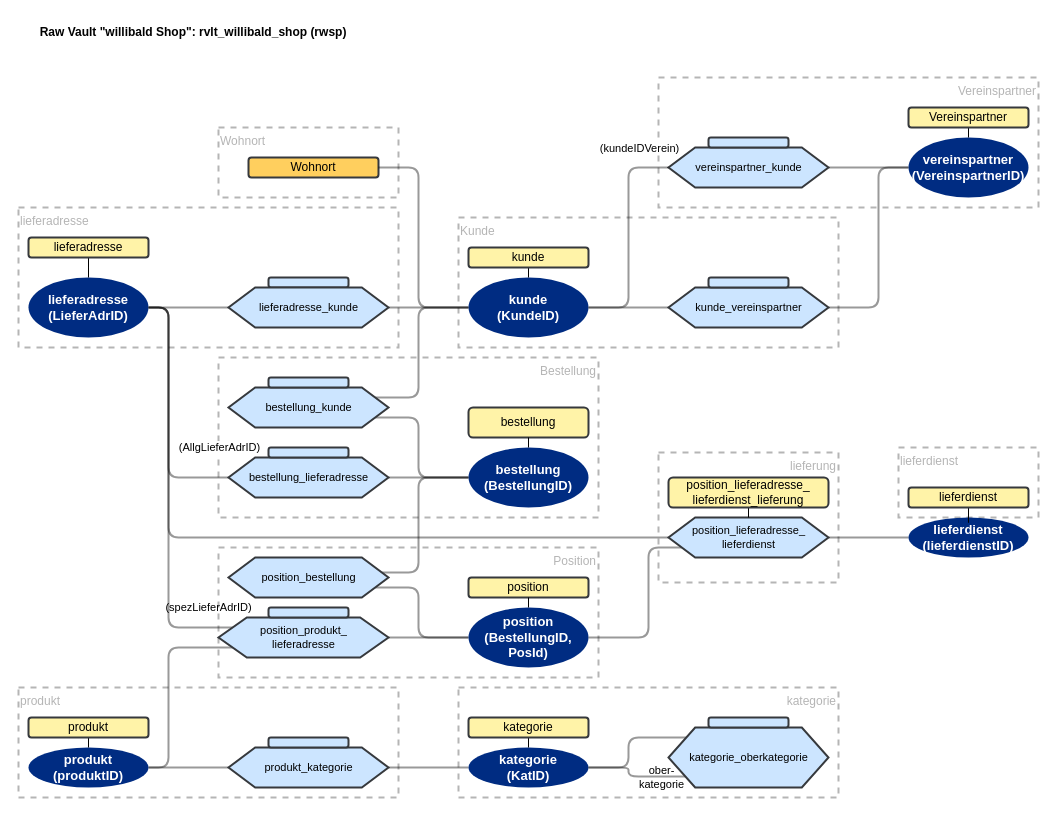
The draw.io diagram documentation/images/ddvug_willibald_model.drawio in cimt-ag/data_vault_pipelinedescription, before the edit. Source tidied: cells renumbered, new cells numbered last; positions are measured from the earlier drawing's top-left corner, leaving out a move shared by most shapes. Both pictures are drawn from the tidied source at 100%, with x=0, y=0 at pixel (18, 17).
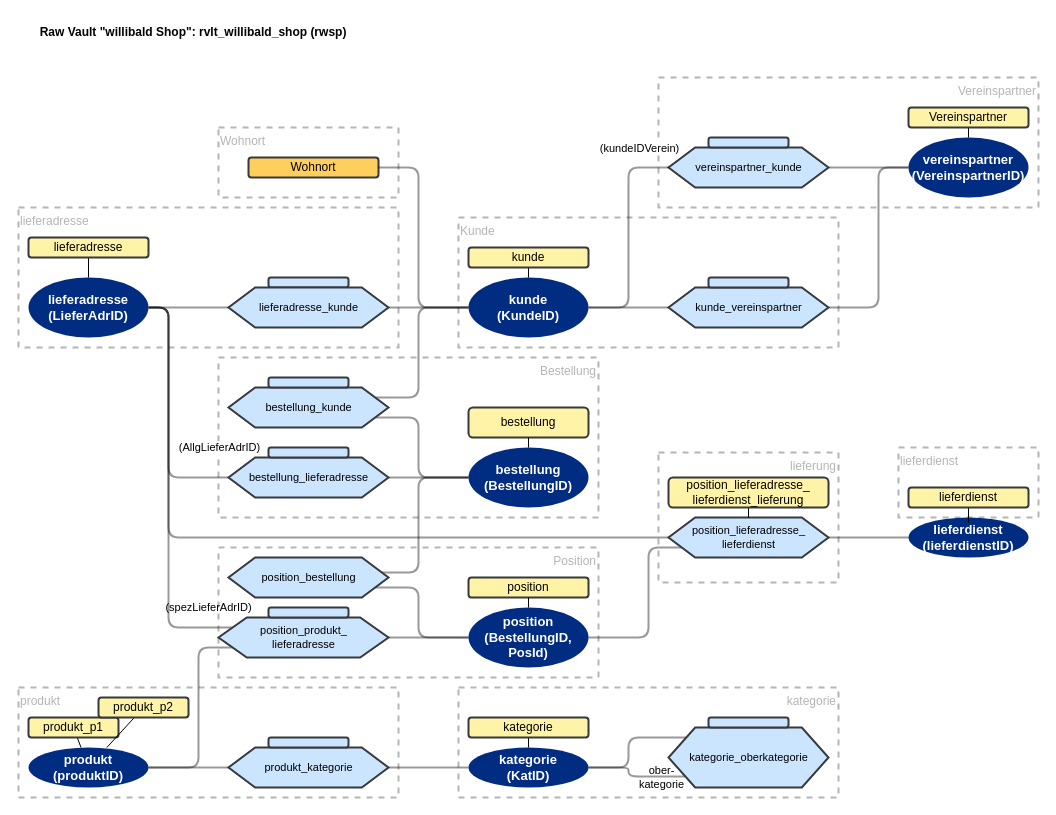
The same diagram, later.

Unchanged cells that the change refers to:
```xml
<mxCell id="34" value="position_produkt_&lt;br&gt;lieferadresse" style="verticalLabelPosition=middle;verticalAlign=middle;html=1;shape=hexagon;perimeter=hexagonPerimeter2;arcSize=6;size=0.16666666666666666;fillColor=#cce5ff;strokeColor=#36393d;strokeWidth=2;fontFamily=Helvetica;fontSize=11;fontColor=default;labelPosition=center;align=center;" parent="14" vertex="1">
  <mxGeometry x="200" y="600" width="170" height="40" as="geometry" />
</mxCell>
<mxCell id="53" value="produkt&lt;br style=&quot;font-size: 13px;&quot;&gt;(produktID)" style="strokeWidth=2;html=1;shape=mxgraph.flowchart.start_1;whiteSpace=wrap;strokeColor=none;fontColor=#ffffff;fillColor=#002C82;fontFamily=Helvetica;fontSize=13;fontStyle=1;" parent="14" vertex="1">
  <mxGeometry x="10" y="730" width="120" height="40" as="geometry" />
</mxCell>
```

Change to the diagram source:
```diff
@@
     <mxCell id="33" style="edgeStyle=orthogonalEdgeStyle;shape=connector;rounded=1;jumpStyle=none;jettySize=auto;html=1;entryX=1;entryY=0.5;entryDx=0;entryDy=0;entryPerimeter=0;labelBackgroundColor=default;strokeColor=default;strokeWidth=2;fontFamily=Helvetica;fontSize=11;fontColor=default;endArrow=none;endFill=0;opacity=40;" parent="14" edge="1" source="34" target="53">
       <mxGeometry relative="1" as="geometry">
         <Array as="points">
-          <mxPoint x="150" y="630" />
-          <mxPoint x="150" y="750" />
+          <mxPoint x="180" y="630" />
+          <mxPoint x="180" y="750" />
         </Array>
       </mxGeometry>
     </mxCell>
@@
-    <mxCell id="55" value="produkt" style="rounded=1;whiteSpace=wrap;html=1;strokeColor=#36393d;fillColor=#FFF3A8;strokeWidth=2;" parent="14" vertex="1">
-      <mxGeometry x="10" y="700" width="120" height="20" as="geometry" />
+    <mxCell id="55" value="produkt_p1" style="rounded=1;whiteSpace=wrap;html=1;strokeColor=#36393d;fillColor=#FFF3A8;strokeWidth=2;" parent="14" vertex="1">
+      <mxGeometry x="10" y="700" width="90" height="20" as="geometry" />
     </mxCell>
@@
+    <mxCell id="85" style="edgeStyle=none;shape=connector;rounded=1;jumpStyle=none;jettySize=auto;html=1;labelBackgroundColor=default;strokeColor=default;fontFamily=Helvetica;fontSize=11;fontColor=default;endArrow=none;endFill=0;" parent="14" edge="1" source="86" target="53">
+      <mxGeometry relative="1" as="geometry" />
+    </mxCell>
+    <mxCell id="86" value="produkt_p2" style="rounded=1;whiteSpace=wrap;html=1;strokeColor=#36393d;fillColor=#FFF3A8;strokeWidth=2;" parent="14" vertex="1">
+      <mxGeometry x="80" y="680" width="90" height="20" as="geometry" />
+    </mxCell>
```
